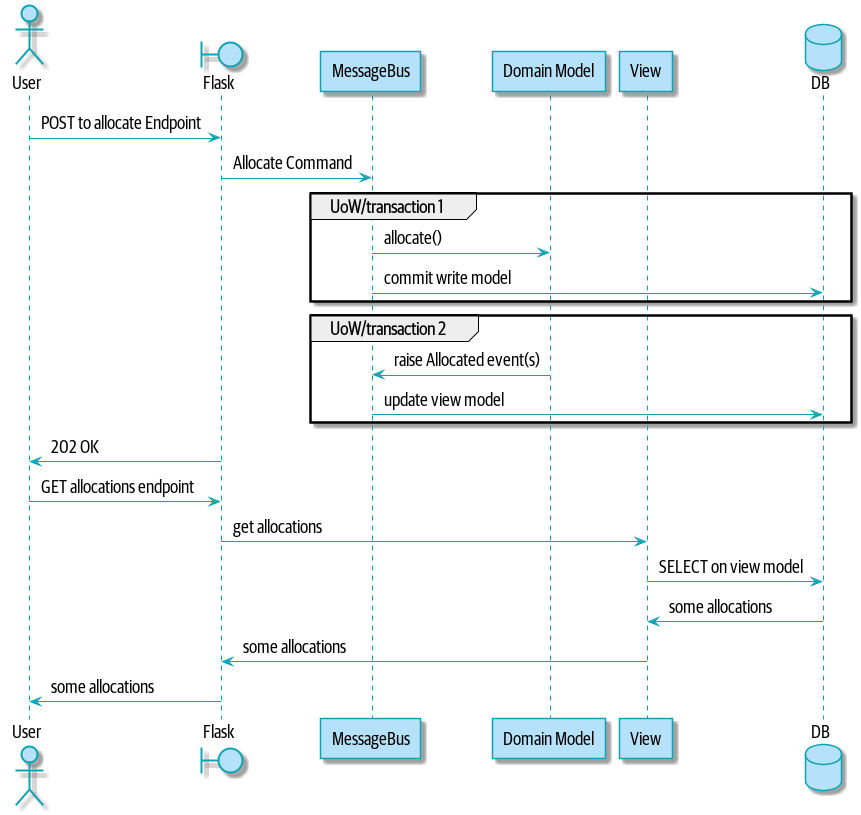
cosmicpython/book keeps this PlantUML diagram as images/apwp_1202.png. Above is the earlier version.
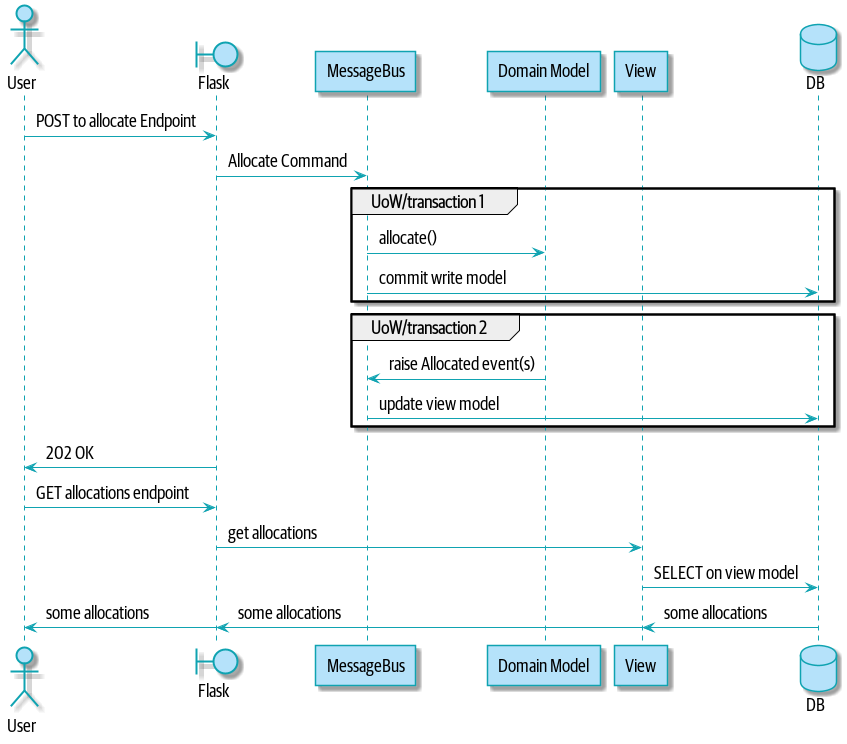
After the change.

The edit, as a diff of the source:
```diff
@@ -61,6 +61,7 @@
     BorderColor #0fa3b1
 }
 skinparam padding 4
+!pragma teoz true
 actor User order 1
 boundary Flask order 2
 participant MessageBus order 3
@@ -87,7 +88,7 @@
 Flask -> View: get allocations
 View -> DB: SELECT on view model
 DB -> View: some allocations
-View -> Flask: some allocations
-Flask -> User: some allocations
+& View -> Flask: some allocations
+& Flask -> User: some allocations
 
 @enduml
```
